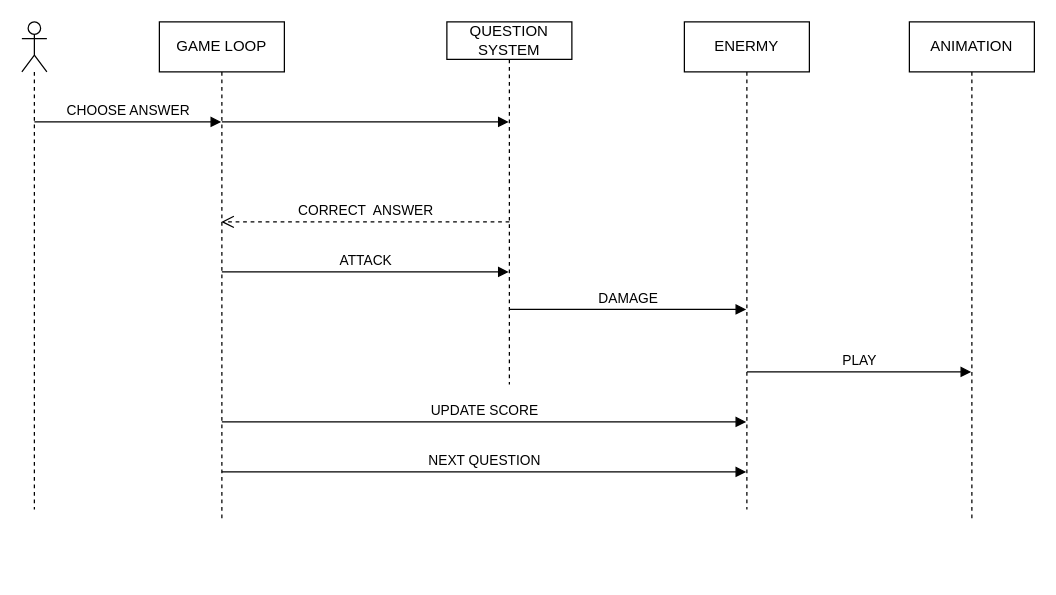
Earlier version of the draw.io diagram diagrams/CORRECT ANSWER.drawio (TUHEU/MATH-RUNNER). Source tidied: cells renumbered, new cells numbered last; positions are measured from the earlier drawing's top-left corner, leaving out a move shared by most shapes. Both pictures are drawn from the tidied source at 125%, with x=0, y=0 at pixel (21, 21).
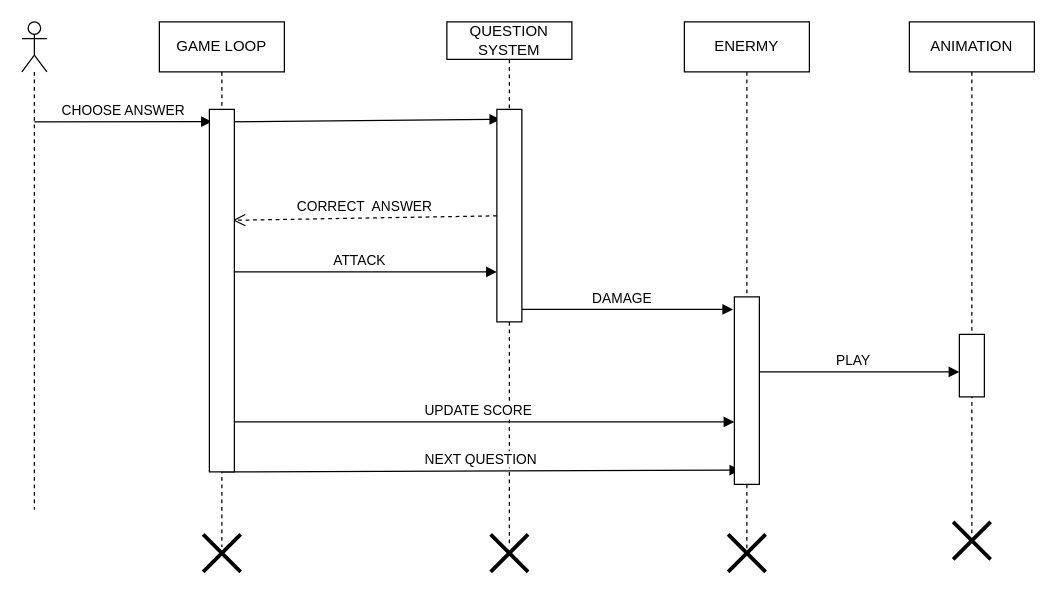
Above is the later version.

The edit, as a diff of the source:
```diff
@@
     <mxCell id="3" value="GAME LOOP" style="shape=umlLifeline;perimeter=lifelinePerimeter;whiteSpace=wrap;html=1;outlineConnect=0;portConstraint=eastwest;newEdgeStyle={&quot;curved&quot;:0,&quot;rounded&quot;:0};" parent="1" vertex="1">
-      <mxGeometry x="110" width="100" height="400" as="geometry" />
+      <mxGeometry x="110" width="100" height="420" as="geometry" />
     </mxCell>
     <mxCell id="4" value="QUESTION SYSTEM" style="shape=umlLifeline;perimeter=lifelinePerimeter;whiteSpace=wrap;html=1;outlineConnect=0;portConstraint=eastwest;newEdgeStyle={&quot;curved&quot;:0,&quot;rounded&quot;:0};size=30;" parent="1" vertex="1">
-      <mxGeometry x="340" width="100" height="290" as="geometry" />
+      <mxGeometry x="340" width="100" height="420" as="geometry" />
     </mxCell>
     <mxCell id="5" value="ENERMY" style="shape=umlLifeline;perimeter=lifelinePerimeter;whiteSpace=wrap;html=1;outlineConnect=0;portConstraint=eastwest;newEdgeStyle={&quot;curved&quot;:0,&quot;rounded&quot;:0};" parent="1" vertex="1">
-      <mxGeometry x="530" width="100" height="390" as="geometry" />
+      <mxGeometry x="530" width="100" height="430" as="geometry" />
     </mxCell>
     <mxCell id="6" value="ANIMATION" style="shape=umlLifeline;perimeter=lifelinePerimeter;whiteSpace=wrap;html=1;outlineConnect=0;portConstraint=eastwest;newEdgeStyle={&quot;curved&quot;:0,&quot;rounded&quot;:0};" parent="1" vertex="1">
-      <mxGeometry x="710" width="100" height="400" as="geometry" />
+      <mxGeometry x="710" width="100" height="410" as="geometry" />
     </mxCell>
-    <mxCell id="7" value="CHOOSE ANSWER" style="html=1;verticalAlign=bottom;endArrow=block;curved=0;rounded=0;" parent="1" edge="1" target="3">
+    <mxCell id="7" value="CHOOSE ANSWER" style="html=1;verticalAlign=bottom;endArrow=block;curved=0;rounded=0;entryX=0.1;entryY=0.034;entryDx=0;entryDy=0;entryPerimeter=0;" parent="1" edge="1" target="15">
       <mxGeometry relative="1" as="geometry">
         <mxPoint x="10" y="80" as="sourcePoint" />
       </mxGeometry>
     </mxCell>
-    <mxCell id="8" style="html=1;verticalAlign=bottom;endArrow=block;curved=0;rounded=0;" parent="1" edge="1" target="4">
+    <mxCell id="8" style="html=1;verticalAlign=bottom;endArrow=block;curved=0;rounded=0;entryX=0.133;entryY=0.047;entryDx=0;entryDy=0;entryPerimeter=0;" parent="1" edge="1" target="17">
       <mxGeometry relative="1" as="geometry">
         <mxPoint x="160" y="80" as="sourcePoint" />
       </mxGeometry>
     </mxCell>
-    <mxCell id="9" value="CORRECT&amp;nbsp; ANSWER" style="html=1;verticalAlign=bottom;endArrow=open;dashed=1;endSize=8;curved=0;rounded=0;" parent="1" edge="1" target="3">
-      <mxGeometry relative="1" as="geometry">
-        <mxPoint x="390" y="160" as="sourcePoint" />
-      </mxGeometry>
+    <mxCell id="9" value="CORRECT&amp;nbsp; ANSWER" style="html=1;verticalAlign=bottom;endArrow=open;dashed=1;endSize=8;curved=0;rounded=0;entryX=0.933;entryY=0.306;entryDx=0;entryDy=0;entryPerimeter=0;" parent="1" edge="1" source="17" target="15">
+      <mxGeometry relative="1" as="geometry" />
     </mxCell>
-    <mxCell id="10" value="ATTACK" style="html=1;verticalAlign=bottom;endArrow=block;curved=0;rounded=0;" parent="1" edge="1" target="4">
+    <mxCell id="10" value="ATTACK" style="html=1;verticalAlign=bottom;endArrow=block;curved=0;rounded=0;entryX=0;entryY=0.765;entryDx=0;entryDy=0;entryPerimeter=0;" parent="1" edge="1" target="17">
       <mxGeometry relative="1" as="geometry">
         <mxPoint x="160" y="200" as="sourcePoint" />
       </mxGeometry>
     </mxCell>
-    <mxCell id="11" value="DAMAGE" style="html=1;verticalAlign=bottom;endArrow=block;curved=0;rounded=0;" parent="1" edge="1" target="5">
+    <mxCell id="11" value="DAMAGE" style="html=1;verticalAlign=bottom;endArrow=block;curved=0;rounded=0;" parent="1" edge="1">
       <mxGeometry relative="1" as="geometry">
         <mxPoint x="390" y="230" as="sourcePoint" />
+        <mxPoint x="569" y="230" as="targetPoint" />
       </mxGeometry>
     </mxCell>
-    <mxCell id="12" value="PLAY" style="html=1;verticalAlign=bottom;endArrow=block;curved=0;rounded=0;" parent="1" edge="1" target="6">
+    <mxCell id="12" value="PLAY" style="html=1;verticalAlign=bottom;endArrow=block;curved=0;rounded=0;" parent="1" edge="1">
       <mxGeometry relative="1" as="geometry">
         <mxPoint x="580" y="280" as="sourcePoint" />
+        <mxPoint x="750" y="280" as="targetPoint" />
       </mxGeometry>
     </mxCell>
-    <mxCell id="13" value="UPDATE SCORE" style="html=1;verticalAlign=bottom;endArrow=block;curved=0;rounded=0;" parent="1" edge="1" target="5">
+    <mxCell id="13" value="UPDATE SCORE" style="html=1;verticalAlign=bottom;endArrow=block;curved=0;rounded=0;entryX=0;entryY=0.667;entryDx=0;entryDy=0;entryPerimeter=0;" parent="1" edge="1" target="18">
       <mxGeometry relative="1" as="geometry">
         <mxPoint x="160" y="320" as="sourcePoint" />
       </mxGeometry>
     </mxCell>
-    <mxCell id="14" value="NEXT QUESTION" style="html=1;verticalAlign=bottom;endArrow=block;curved=0;rounded=0;" parent="1" edge="1" target="5">
+    <mxCell id="14" value="NEXT QUESTION" style="html=1;verticalAlign=bottom;endArrow=block;curved=0;rounded=0;entryX=0.233;entryY=0.924;entryDx=0;entryDy=0;entryPerimeter=0;" parent="1" edge="1" target="18">
       <mxGeometry relative="1" as="geometry">
         <mxPoint x="160" y="360" as="sourcePoint" />
       </mxGeometry>
     </mxCell>
+    <mxCell id="15" style="rounded=0;whiteSpace=wrap;html=1;" parent="1" vertex="1">
+      <mxGeometry x="150" y="70" width="20" height="290" as="geometry" />
+    </mxCell>
+    <mxCell id="16" style="html=1;verticalAlign=bottom;endArrow=open;dashed=1;endSize=8;curved=0;rounded=0;" parent="1" edge="1" target="17">
+      <mxGeometry relative="1" as="geometry">
+        <mxPoint x="390" y="160" as="sourcePoint" />
+      </mxGeometry>
+    </mxCell>
+    <mxCell id="17" style="rounded=0;whiteSpace=wrap;html=1;" parent="1" vertex="1">
+      <mxGeometry x="380" y="70" width="20" height="170" as="geometry" />
+    </mxCell>
+    <mxCell id="18" style="rounded=0;whiteSpace=wrap;html=1;" parent="1" vertex="1">
+      <mxGeometry x="570" y="220" width="20" height="150" as="geometry" />
+    </mxCell>
+    <mxCell id="19" style="rounded=0;whiteSpace=wrap;html=1;" parent="1" vertex="1">
+      <mxGeometry x="750" y="250" width="20" height="50" as="geometry" />
+    </mxCell>
+    <mxCell id="20" style="shape=umlDestroy;whiteSpace=wrap;html=1;strokeWidth=3;targetShapes=umlLifeline;" parent="1" vertex="1">
+      <mxGeometry x="375" y="410" width="30" height="30" as="geometry" />
+    </mxCell>
+    <mxCell id="21" style="shape=umlDestroy;whiteSpace=wrap;html=1;strokeWidth=3;targetShapes=umlLifeline;" parent="1" vertex="1">
+      <mxGeometry x="565" y="410" width="30" height="30" as="geometry" />
+    </mxCell>
+    <mxCell id="22" style="shape=umlDestroy;whiteSpace=wrap;html=1;strokeWidth=3;targetShapes=umlLifeline;" parent="1" vertex="1">
+      <mxGeometry x="745" y="400" width="30" height="30" as="geometry" />
+    </mxCell>
+    <mxCell id="23" style="shape=umlDestroy;whiteSpace=wrap;html=1;strokeWidth=3;targetShapes=umlLifeline;" parent="1" vertex="1">
+      <mxGeometry x="145" y="410" width="30" height="30" as="geometry" />
+    </mxCell>
```
